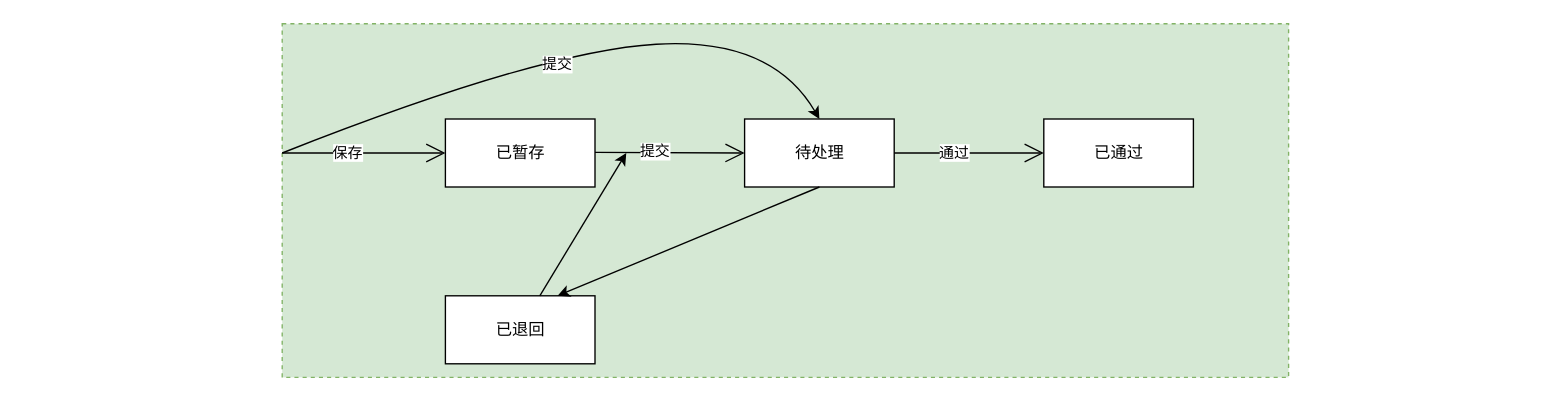
Above: page "DTR事件设计" (4 of 5) of images/DTR时序图.drawio in 1132489442/designer (draw.io), before the change. Source tidied: cells renumbered, new cells numbered last; positions are measured from the earlier drawing's top-left corner, leaving out a move shared by most shapes. Both pictures are drawn from the tidied source at 136%, with x=0, y=0 at pixel (282, 23).
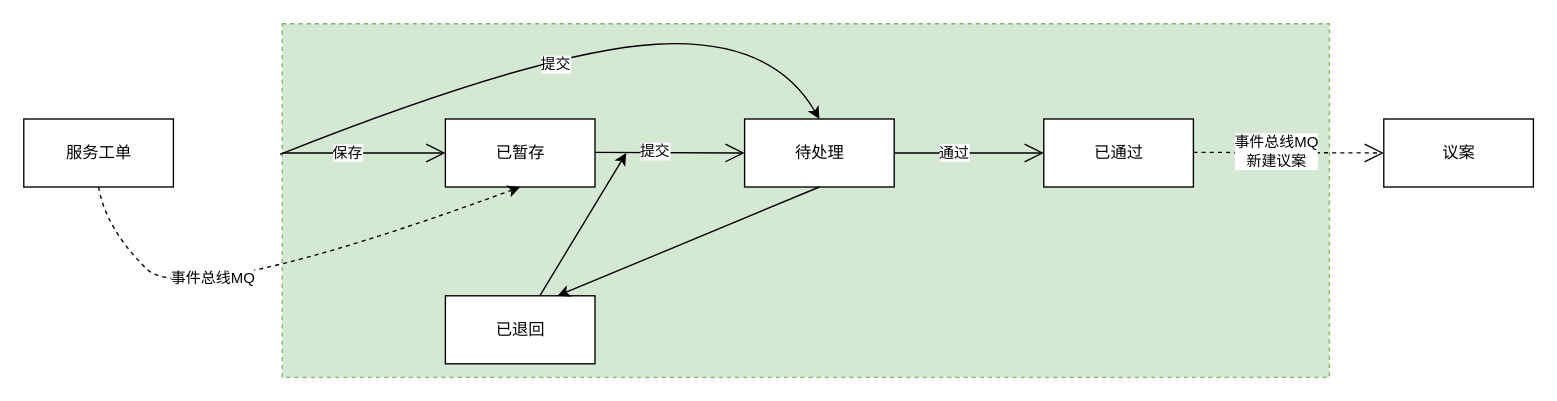
Above is the later version.

Unchanged cells that the change refers to:
```xml
<mxCell id="4" value="待处理" style="html=1;" parent="1" vertex="1">
  <mxGeometry x="340" y="70" width="110" height="50" as="geometry" />
</mxCell>
<mxCell id="10" value="已暂存" style="html=1;" parent="1" vertex="1">
  <mxGeometry x="120" y="70" width="110" height="50" as="geometry" />
</mxCell>
```

What changed in the source:
```diff
@@
     <mxCell id="2" style="rounded=0;whiteSpace=wrap;html=1;dashed=1;labelBackgroundColor=default;fillColor=#d5e8d4;strokeColor=#82b366;" parent="1" vertex="1">
-      <mxGeometry width="740" height="260" as="geometry" />
+      <mxGeometry width="770" height="260" as="geometry" />
     </mxCell>
@@
-    <mxCell id="7" style="endArrow=open;endSize=12;html=1;rounded=0;exitX=1;exitY=0.5;exitDx=0;exitDy=0;entryX=0;entryY=0.5;entryDx=0;entryDy=0;entryPerimeter=0;" parent="1" edge="1" target="10">
+    <mxCell id="7" style="endArrow=open;endSize=12;html=1;rounded=0;entryX=0;entryY=0.5;entryDx=0;entryDy=0;entryPerimeter=0;" parent="1" edge="1" target="10">
       <mxGeometry relative="1" as="geometry">
         <mxPoint y="95" as="sourcePoint" />
       </mxGeometry>
     </mxCell>
@@
-    <mxCell id="13" style="curved=1;endArrow=classic;html=1;rounded=0;entryX=0.5;entryY=0;entryDx=0;entryDy=0;" parent="1" edge="1" target="4">
+    <mxCell id="13" style="curved=1;endArrow=classic;html=1;rounded=0;entryX=0.5;entryY=0;entryDx=0;entryDy=0;exitX=-0.002;exitY=0.369;exitDx=0;exitDy=0;exitPerimeter=0;" parent="1" edge="1" source="2" target="4">
       <mxGeometry relative="1" as="geometry">
-        <mxPoint y="95" as="sourcePoint" />
         <Array as="points">
           <mxPoint x="190" y="20" />
           <mxPoint x="360" y="10" />
         </Array>
       </mxGeometry>
     </mxCell>
@@
+    <mxCell id="17" value="议案" style="html=1;" parent="1" vertex="1">
+      <mxGeometry x="810" y="70" width="110" height="50" as="geometry" />
+    </mxCell>
+    <mxCell id="18" style="endArrow=open;endSize=12;html=1;rounded=0;entryX=0;entryY=0.5;entryDx=0;entryDy=0;dashed=1;" parent="1" edge="1" target="17">
+      <mxGeometry relative="1" as="geometry">
+        <mxPoint x="670" y="94.5" as="sourcePoint" />
+      </mxGeometry>
+    </mxCell>
+    <mxCell id="19" value="事件总线MQ&lt;br&gt;新建议案" style="edgeLabel;html=1;align=center;verticalAlign=middle;" parent="18" vertex="1">
+      <mxGeometry x="-0.21" y="1" relative="1" as="geometry">
+        <mxPoint x="5" as="offset" />
+      </mxGeometry>
+    </mxCell>
+    <mxCell id="20" value="服务工单" style="html=1;" parent="1" vertex="1">
+      <mxGeometry x="-190" y="70" width="110" height="50" as="geometry" />
+    </mxCell>
+    <mxCell id="21" style="curved=1;endArrow=classic;html=1;rounded=0;dashed=1;exitX=0.5;exitY=1;exitDx=0;exitDy=0;entryX=0.5;entryY=1;entryDx=0;entryDy=0;" parent="1" edge="1" source="20" target="10">
+      <mxGeometry relative="1" as="geometry">
+        <Array as="points">
+          <mxPoint x="-130" y="150" />
+          <mxPoint x="-70" y="210" />
+        </Array>
+      </mxGeometry>
+    </mxCell>
+    <mxCell id="22" value="事件总线MQ" style="edgeLabel;html=1;align=center;verticalAlign=middle;" parent="21" vertex="1">
+      <mxGeometry x="-0.25" y="16" relative="1" as="geometry" />
+    </mxCell>
```
